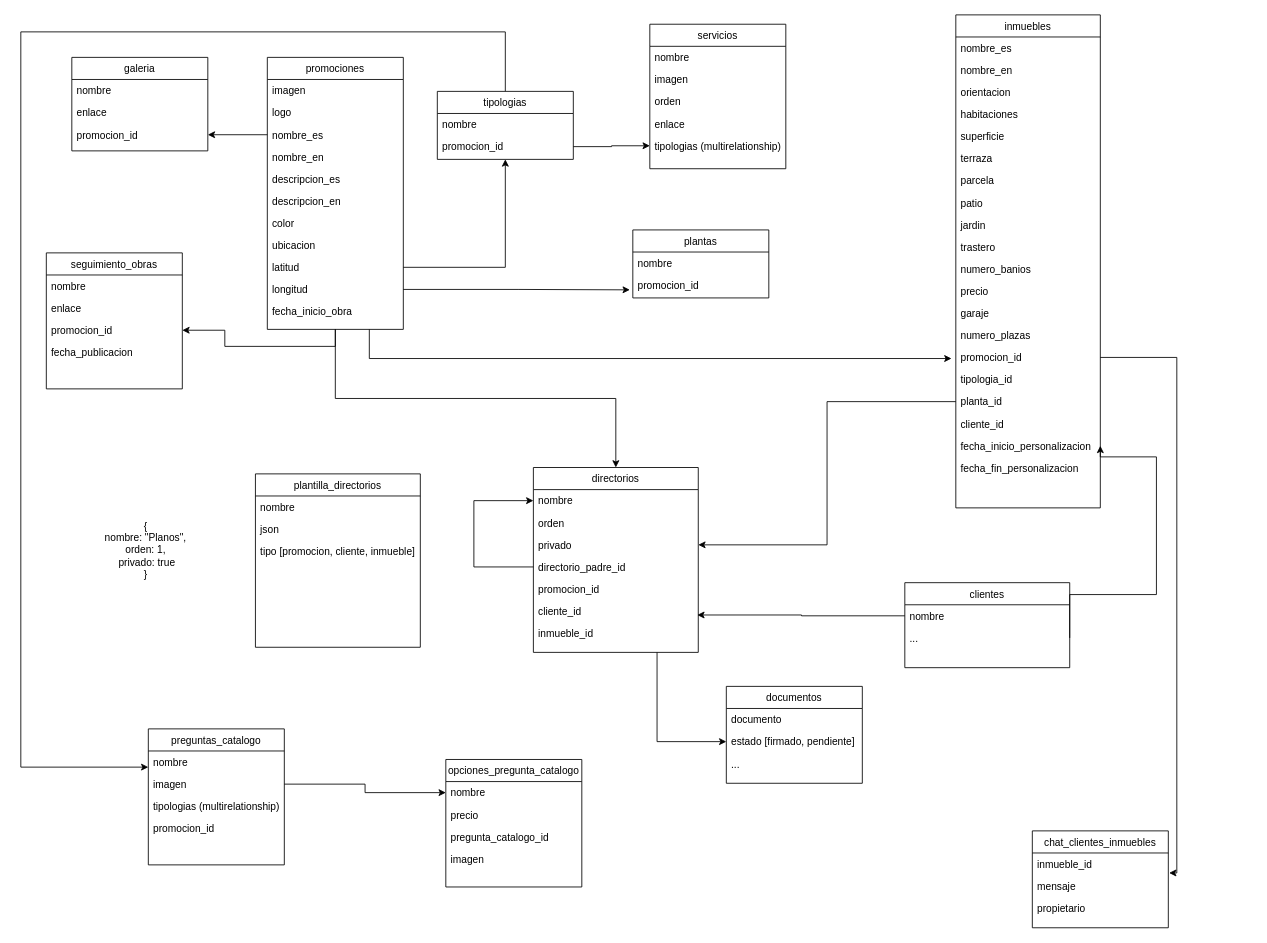
The draw.io diagram Diagrama sin título.drawio in abdell1999/blog, before the edit. Source tidied: cells renumbered, new cells numbered last; positions are measured from the earlier drawing's top-left corner, leaving out a move shared by most shapes. Both pictures are drawn from the tidied source at 85%, with x=0, y=0 at pixel (20, 14).
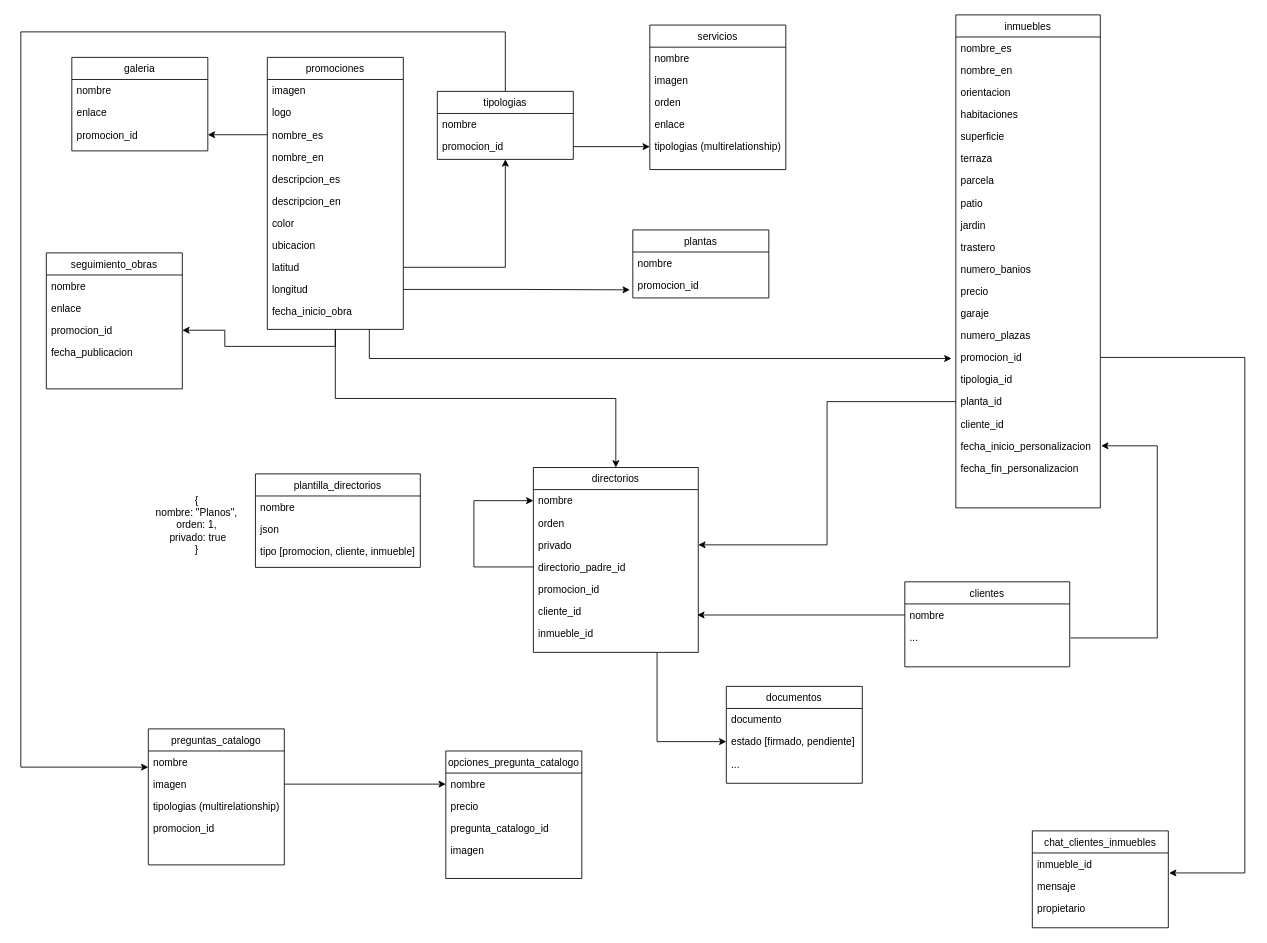
The same diagram, later.

The change refers to these unchanged cells:
```xml
<mxCell id="32" value="promocion_id" style="text;align=left;verticalAlign=top;spacingLeft=4;spacingRight=4;overflow=hidden;points=[[0,0.5],[1,0.5]];portConstraint=eastwest;rounded=0;shadow=0;html=0;" parent="17" vertex="1">
  <mxGeometry y="390" width="170" height="26" as="geometry" />
</mxCell>
<mxCell id="36" value="fecha_inicio_personalizacion" style="text;align=left;verticalAlign=top;spacingLeft=4;spacingRight=4;overflow=hidden;points=[[0,0.5],[1,0.5]];portConstraint=eastwest;rounded=0;shadow=0;html=0;" parent="17" vertex="1">
  <mxGeometry y="494" width="170" height="26" as="geometry" />
</mxCell>
<mxCell id="76" value="..." style="text;align=left;verticalAlign=top;spacingLeft=4;spacingRight=4;overflow=hidden;points=[[0,0.5],[1,0.5]];portConstraint=eastwest;rounded=0;shadow=0;html=0;" parent="74" vertex="1">
  <mxGeometry y="52" width="194" height="26" as="geometry" />
</mxCell>
<mxCell id="93" value="inmueble_id" style="text;align=left;verticalAlign=top;spacingLeft=4;spacingRight=4;overflow=hidden;points=[[0,0.5],[1,0.5]];portConstraint=eastwest;rounded=0;shadow=0;html=0;" parent="92" vertex="1">
  <mxGeometry y="26" width="160" height="26" as="geometry" />
</mxCell>
```

Change to the diagram source:
```diff
@@
     <mxCell id="43" value="servicios" style="swimlane;fontStyle=0;align=center;verticalAlign=top;horizontal=1;startSize=26;rounded=0;shadow=0;strokeWidth=1;" parent="1" vertex="1">
-      <mxGeometry x="740" y="11" width="160" height="170" as="geometry" />
+      <mxGeometry x="740" y="12" width="160" height="170" as="geometry" />
     </mxCell>
@@
     <mxCell id="49" value="plantilla_directorios" style="swimlane;fontStyle=0;align=center;verticalAlign=top;horizontal=1;startSize=26;rounded=0;shadow=0;strokeWidth=1;" parent="1" vertex="1">
-      <mxGeometry x="276" y="540" width="194" height="204" as="geometry" />
+      <mxGeometry x="276" y="540" width="194" height="110" as="geometry" />
     </mxCell>
@@
     <mxCell id="63" value="{&lt;br&gt;nombre: &quot;Planos&quot;,&lt;br&gt;orden: 1,&lt;br&gt;&amp;nbsp;privado: true&lt;br&gt;}" style="text;html=1;strokeColor=none;fillColor=none;align=center;verticalAlign=middle;whiteSpace=wrap;rounded=0;" parent="1" vertex="1">
-      <mxGeometry x="50" y="580" width="194" height="100" as="geometry" />
+      <mxGeometry x="110" y="550" width="194" height="100" as="geometry" />
     </mxCell>
@@
     <mxCell id="74" value="clientes" style="swimlane;fontStyle=0;align=center;verticalAlign=top;horizontal=1;startSize=26;rounded=0;shadow=0;strokeWidth=1;" parent="1" vertex="1">
-      <mxGeometry x="1040" y="668" width="194" height="100" as="geometry" />
+      <mxGeometry x="1040" y="667" width="194" height="100" as="geometry" />
     </mxCell>
@@
-    <mxCell id="79" style="edgeStyle=orthogonalEdgeStyle;rounded=0;jettySize=auto;html=1;exitX=1;exitY=0.5;exitDx=0;exitDy=0;entryX=1;entryY=0.5;entryDx=0;entryDy=0;" parent="1" edge="1" source="76" target="36">
+    <mxCell id="79" style="edgeStyle=orthogonalEdgeStyle;rounded=0;orthogonalLoop=1;jettySize=auto;html=1;exitX=1;exitY=0.5;exitDx=0;exitDy=0;entryX=1;entryY=0.5;entryDx=0;entryDy=0;" parent="1" edge="1">
       <mxGeometry relative="1" as="geometry">
+        <mxPoint x="1235" y="733" as="sourcePoint" />
+        <mxPoint x="1271" y="507" as="targetPoint" />
         <Array as="points">
-          <mxPoint x="1234" y="682" />
-          <mxPoint x="1336" y="682" />
-          <mxPoint x="1336" y="520" />
-          <mxPoint x="1270" y="520" />
+          <mxPoint x="1337" y="733" />
+          <mxPoint x="1337" y="507" />
         </Array>
       </mxGeometry>
     </mxCell>
@@
     <mxCell id="86" value="opciones_pregunta_catalogo" style="swimlane;fontStyle=0;align=center;verticalAlign=top;horizontal=1;startSize=26;rounded=0;shadow=0;strokeWidth=1;" parent="1" vertex="1">
-      <mxGeometry x="500" y="876" width="160" height="150" as="geometry" />
+      <mxGeometry x="500" y="866" width="160" height="150" as="geometry" />
     </mxCell>
@@
     <mxCell id="96" style="edgeStyle=orthogonalEdgeStyle;rounded=0;jettySize=auto;html=1;exitX=1;exitY=0.5;exitDx=0;exitDy=0;entryX=1.006;entryY=0.903;entryDx=0;entryDy=0;entryPerimeter=0;" parent="1" edge="1" source="32" target="93">
       <mxGeometry relative="1" as="geometry">
         <Array as="points">
-          <mxPoint x="1360" y="403" />
-          <mxPoint x="1360" y="1009" />
+          <mxPoint x="1440" y="403" />
+          <mxPoint x="1440" y="1010" />
         </Array>
       </mxGeometry>
     </mxCell>
```
